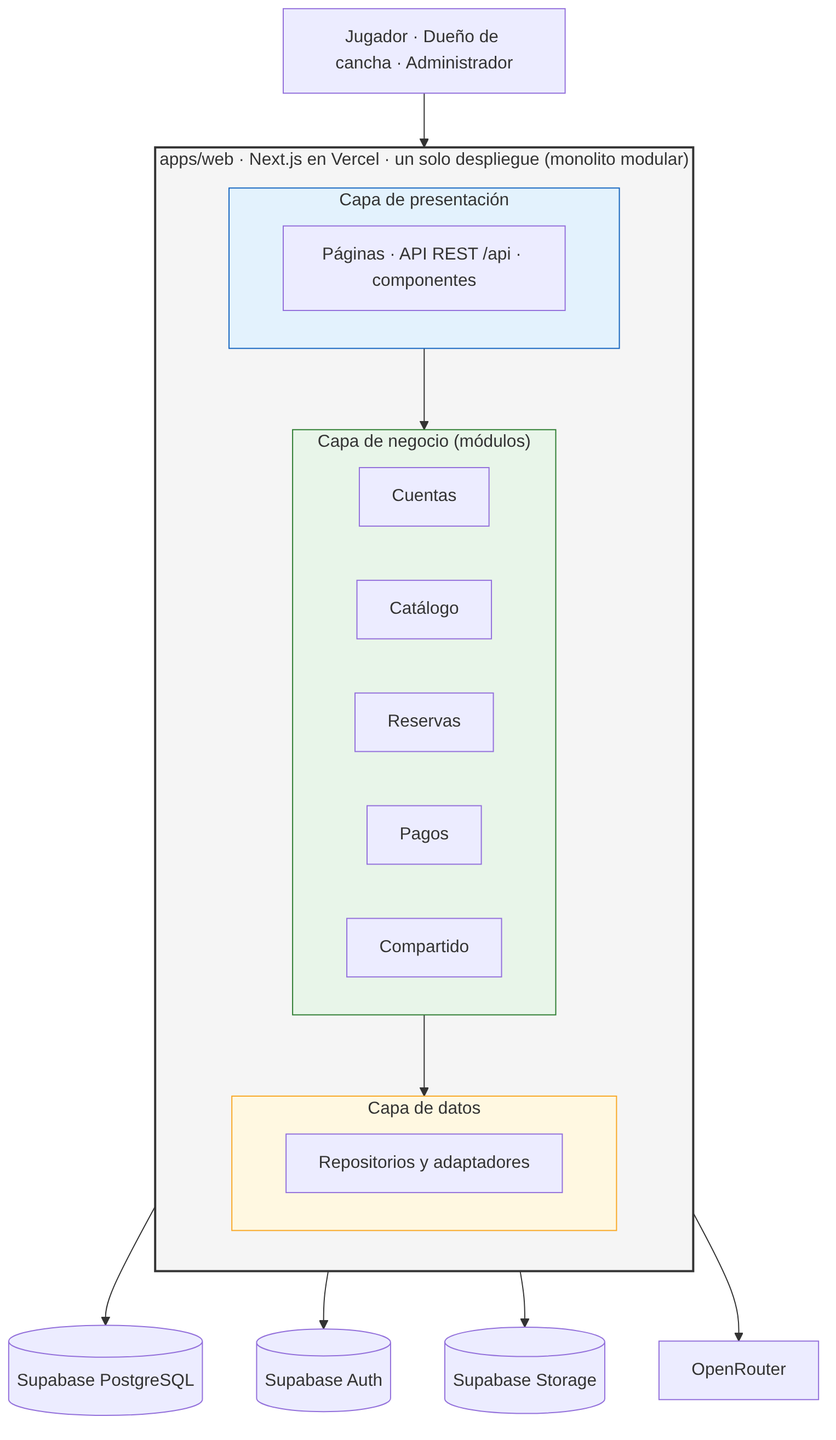
edhtsprado27-bit/ReservaYa-Ayacucho keeps this Mermaid diagram as img/ArquitecturaMonoliticaReservaYaEnCapas.png. Above is the earlier version. Its source is kept beside it as img/fuentes-svg/ArquitecturaMonoliticaReservaYaEnCapas.mmd.
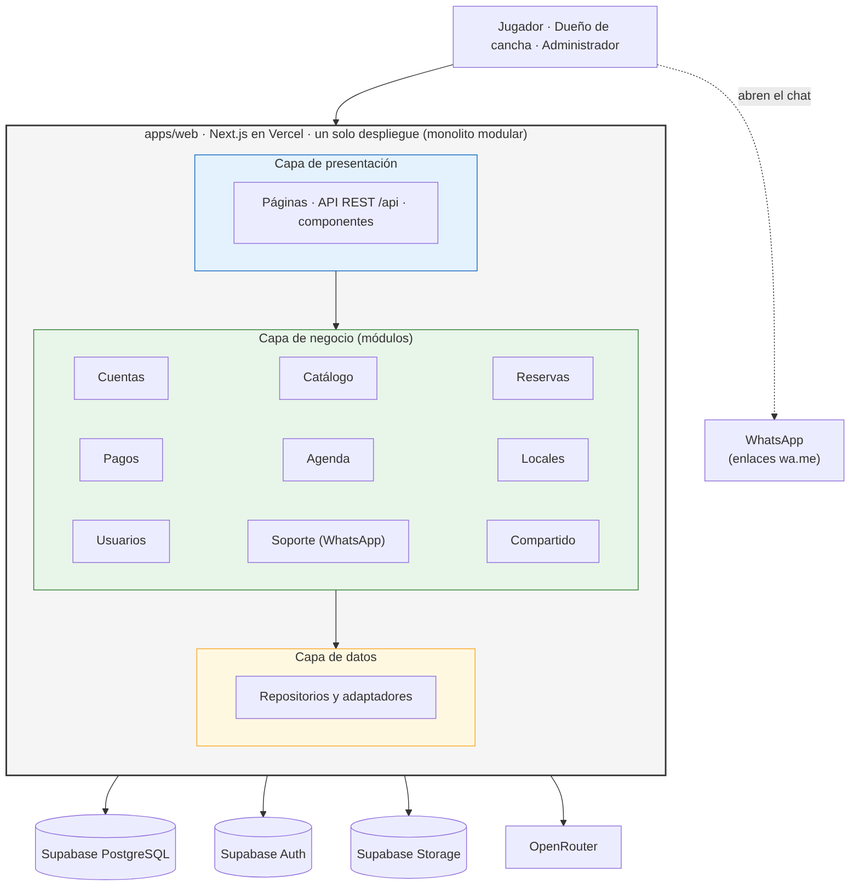
After the change.

Change to the diagram source:
```diff
@@ -10,7 +10,14 @@
             m2["Catálogo"]
             m3["Reservas"]
             m4["Pagos"]
-            m5["Compartido"]
+            m5["Agenda"]
+            m6["Locales"]
+            m7["Usuarios"]
+            m8["Soporte (WhatsApp)"]
+            m9["Compartido"]
+            m1 ~~~ m2 ~~~ m3
+            m4 ~~~ m5 ~~~ m6
+            m7 ~~~ m8 ~~~ m9
         end
         subgraph c3["Capa de datos"]
             r["Repositorios y adaptadores"]
@@ -21,8 +28,10 @@
     au[("Supabase Auth")]
     st[("Supabase Storage")]
     ia["OpenRouter"]
+    wa["WhatsApp<br/>(enlaces wa.me)"]
 
     usuarios --> mono
+    usuarios -. "abren el chat" .-> wa
     c3 --> bd & au & st & ia
 
     style mono fill:#f5f5f5,stroke:#333,stroke-width:2px
```
